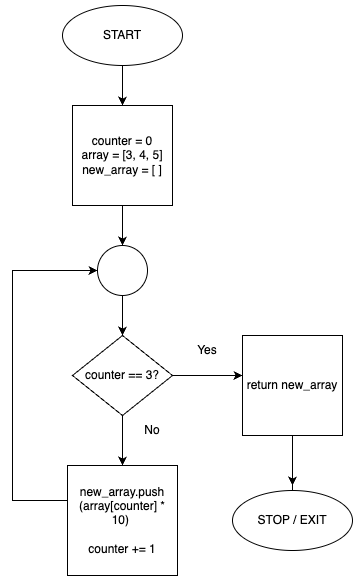
jackouni/RB109 keeps this draw.io diagram as images/flowchart_example.png. Above is the earlier version. Source tidied: cells renumbered, new cells last; positions are measured from the earlier drawing's top-left corner, leaving out a move shared by most shapes.
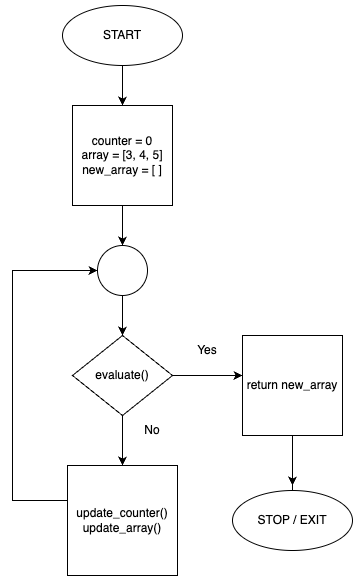
After the change.

What changed in the source:
```diff
@@ -28,7 +28,7 @@
     <mxCell id="9" style="edgeStyle=orthogonalEdgeStyle;rounded=0;jettySize=auto;html=1;exitX=0.5;exitY=1;exitDx=0;exitDy=0;" parent="1" edge="1" source="10" target="12">
       <mxGeometry relative="1" as="geometry" />
     </mxCell>
-    <mxCell id="10" value="counter == 3?" style="rhombus;whiteSpace=wrap;html=1;" parent="1" vertex="1">
+    <mxCell id="10" value="evaluate()" style="rhombus;whiteSpace=wrap;html=1;" parent="1" vertex="1">
       <mxGeometry x="60" y="330" width="100" height="80" as="geometry" />
     </mxCell>
     <mxCell id="11" style="edgeStyle=orthogonalEdgeStyle;rounded=0;jettySize=auto;html=1;entryX=0;entryY=0.5;entryDx=0;entryDy=0;" parent="1" edge="1" source="12" target="6">
@@ -39,7 +39,7 @@
         </Array>
       </mxGeometry>
     </mxCell>
-    <mxCell id="12" value="new_array.push (array[counter] * 10)&amp;nbsp;&lt;br&gt;&lt;br&gt;counter += 1" style="whiteSpace=wrap;html=1;" parent="1" vertex="1">
+    <mxCell id="12" value="update_counter()&lt;br&gt;update_array()" style="whiteSpace=wrap;html=1;" parent="1" vertex="1">
       <mxGeometry x="55" y="460" width="110" height="110" as="geometry" />
     </mxCell>
     <mxCell id="13" value="No" style="text;html=1;strokeColor=none;fillColor=none;align=center;verticalAlign=middle;whiteSpace=wrap;rounded=0;" parent="1" vertex="1">
```
